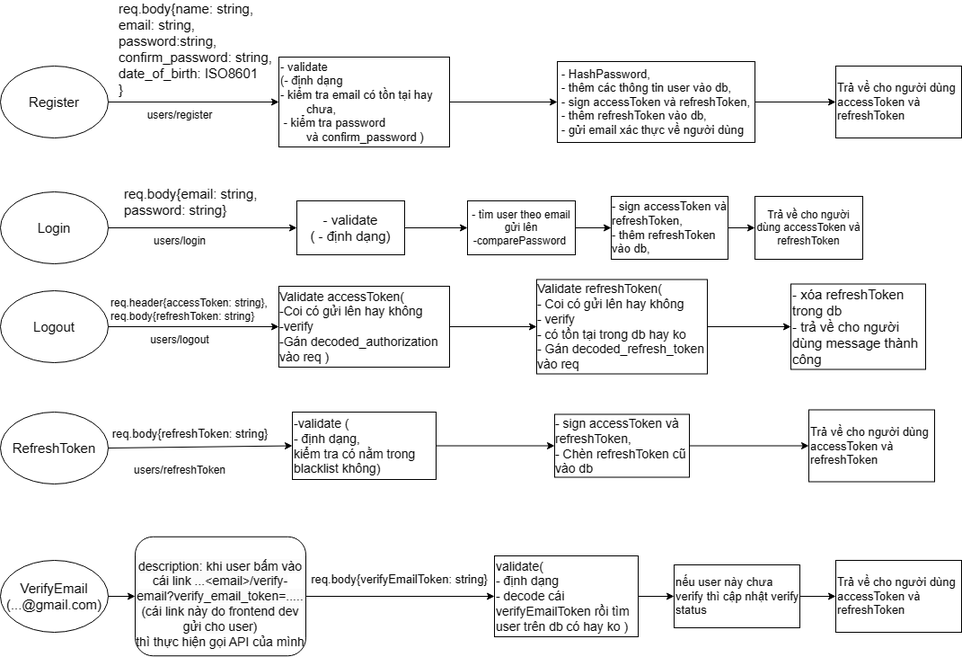
Earlier version of the draw.io export processes.drawio.png (nghia111/Twitter_API). Source tidied: cells renumbered, new cells last; positions are measured from the earlier drawing's top-left corner, leaving out a move shared by most shapes.
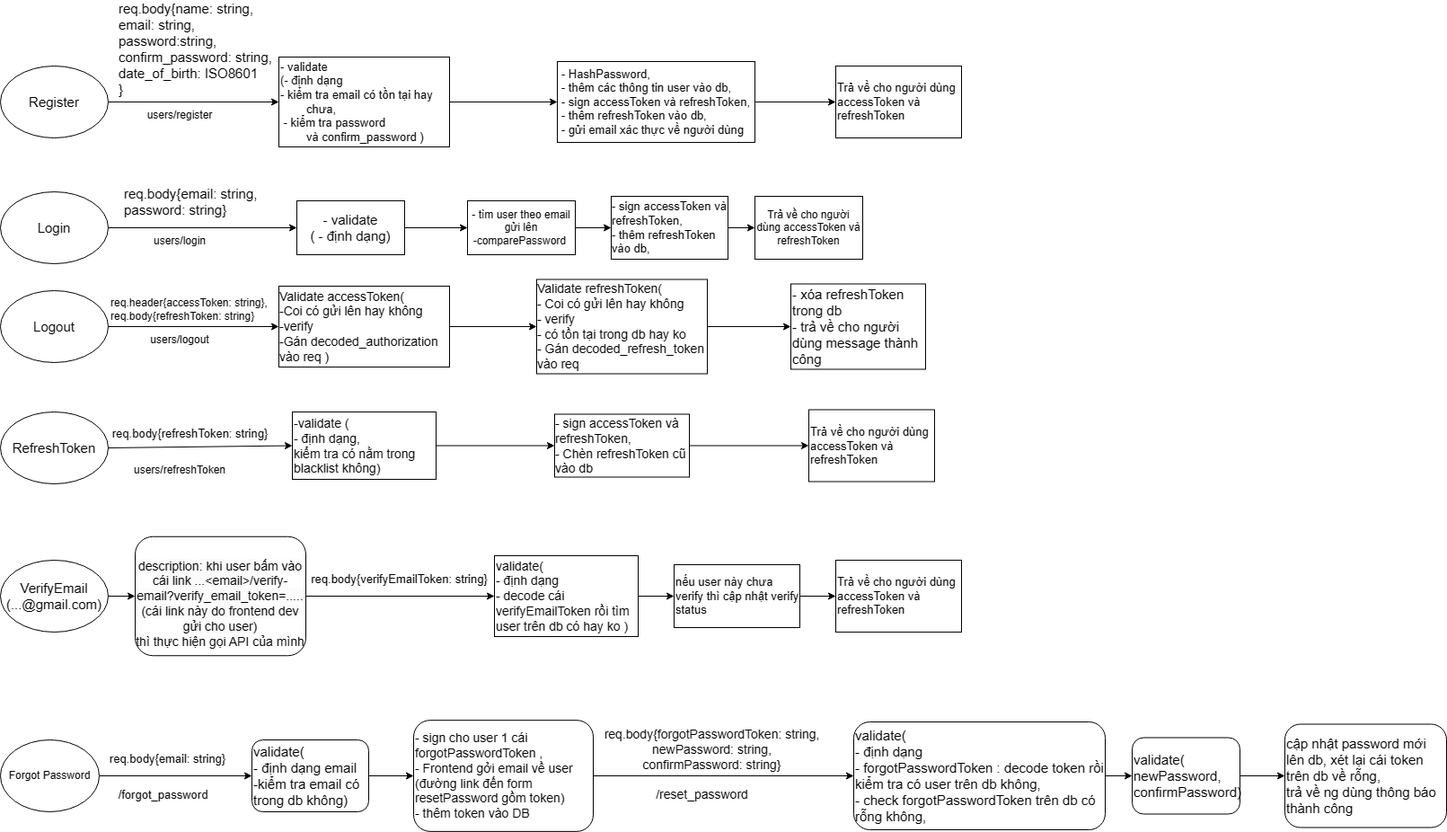
After the commit.

Commit message:
Cập nhật processes.drawio.png

What changed in the source:
```diff
@@ -156,5 +156,56 @@
     <mxCell id="49" value="&lt;font style=&quot;font-size: 13px;&quot;&gt;Trả về cho người dùng accessToken và refreshToken&lt;/font&gt;" style="rounded=0;whiteSpace=wrap;html=1;align=left;" parent="1" vertex="1">
       <mxGeometry x="930" y="560" width="140" height="80" as="geometry" />
     </mxCell>
+    <mxCell id="50" style="edgeStyle=orthogonalEdgeStyle;rounded=0;jettySize=auto;html=1;" parent="1" edge="1" source="52" target="54">
+      <mxGeometry relative="1" as="geometry" />
+    </mxCell>
+    <mxCell id="51" value="&lt;font style=&quot;font-size: 13px;&quot;&gt;req.body{email: string}&lt;/font&gt;" style="edgeLabel;html=1;align=center;verticalAlign=middle;" parent="50" vertex="1">
+      <mxGeometry x="0.12" y="-3" relative="1" as="geometry">
+        <mxPoint x="-20" y="-23" as="offset" />
+      </mxGeometry>
+    </mxCell>
+    <mxCell id="52" value="Forgot Password" style="ellipse;whiteSpace=wrap;html=1;" parent="1" vertex="1">
+      <mxGeometry y="760" width="110" height="80" as="geometry" />
+    </mxCell>
+    <mxCell id="53" style="edgeStyle=orthogonalEdgeStyle;rounded=0;jettySize=auto;html=1;" parent="1" edge="1" source="54" target="59">
+      <mxGeometry relative="1" as="geometry" />
+    </mxCell>
+    <mxCell id="54" value="&lt;font style=&quot;font-size: 15px;&quot;&gt;validate(&lt;br&gt;- định dạng email&lt;br&gt;-kiểm tra email có trong db không)&lt;/font&gt;" style="rounded=1;whiteSpace=wrap;html=1;align=left;" parent="1" vertex="1">
+      <mxGeometry x="280" y="760" width="130" height="80" as="geometry" />
+    </mxCell>
+    <mxCell id="55" value="&lt;font style=&quot;font-size: 13px;&quot;&gt;/forgot_password&lt;/font&gt;" style="edgeLabel;html=1;align=center;verticalAlign=middle;" parent="1" vertex="1">
+      <mxGeometry x="180" y="820" as="geometry" />
+    </mxCell>
+    <mxCell id="56" style="edgeStyle=orthogonalEdgeStyle;rounded=0;jettySize=auto;html=1;entryX=0;entryY=0.5;entryDx=0;entryDy=0;" parent="1" edge="1" source="59" target="61">
+      <mxGeometry relative="1" as="geometry" />
+    </mxCell>
+    <mxCell id="57" value="&lt;font style=&quot;font-size: 14px;&quot;&gt;req.body{forgotPasswordToken: string,&lt;br&gt;newPassword: string,&lt;br&gt;confirmPassword: string}&lt;/font&gt;" style="edgeLabel;html=1;align=center;verticalAlign=middle;" parent="56" vertex="1">
+      <mxGeometry x="-0.19" y="-3" relative="1" as="geometry">
+        <mxPoint x="14" y="-33" as="offset" />
+      </mxGeometry>
+    </mxCell>
+    <mxCell id="58" value="&lt;font style=&quot;font-size: 14px;&quot;&gt;/reset_password&lt;/font&gt;" style="edgeLabel;html=1;align=center;verticalAlign=middle;" parent="56" vertex="1">
+      <mxGeometry x="0.52" y="4" relative="1" as="geometry">
+        <mxPoint x="-101" y="24" as="offset" />
+      </mxGeometry>
+    </mxCell>
+    <mxCell id="59" value="&lt;font style=&quot;font-size: 14px;&quot;&gt;- sign cho user 1 cái forgotPasswordToken ,&lt;br&gt;- Frontend gởi email về user (đường link đến form resetPassword gồm token)&lt;br&gt;&lt;/font&gt;&lt;div style=&quot;font-size: 14px;&quot;&gt;&lt;span style=&quot;background-color: initial;&quot;&gt;&lt;font style=&quot;font-size: 14px;&quot;&gt;- thêm token vào DB&lt;/font&gt;&lt;/span&gt;&lt;/div&gt;" style="rounded=1;whiteSpace=wrap;html=1;align=left;" parent="1" vertex="1">
+      <mxGeometry x="460" y="738.1" width="200" height="123.8" as="geometry" />
+    </mxCell>
+    <mxCell id="60" style="edgeStyle=orthogonalEdgeStyle;rounded=0;jettySize=auto;html=1;" parent="1" edge="1" source="61" target="63">
+      <mxGeometry relative="1" as="geometry" />
+    </mxCell>
+    <mxCell id="61" value="&lt;font style=&quot;font-size: 15px;&quot;&gt;validate(&lt;br&gt;- định dạng&lt;br&gt;- forgotPasswordToken : decode token rồi kiểm tra có user trên db không,&lt;br&gt;- check forgotPasswordToken trên db có rỗng không,&lt;br&gt;&lt;/font&gt;" style="rounded=1;whiteSpace=wrap;html=1;align=left;" parent="1" vertex="1">
+      <mxGeometry x="950" y="740" width="280" height="120" as="geometry" />
+    </mxCell>
+    <mxCell id="62" style="edgeStyle=orthogonalEdgeStyle;rounded=0;jettySize=auto;html=1;" parent="1" edge="1" source="63" target="64">
+      <mxGeometry relative="1" as="geometry" />
+    </mxCell>
+    <mxCell id="63" value="&lt;font style=&quot;font-size: 15px;&quot;&gt;validate(&lt;br&gt;newPassword,&lt;br&gt;confirmPassword)&lt;/font&gt;" style="whiteSpace=wrap;html=1;align=left;rounded=1;" parent="1" vertex="1">
+      <mxGeometry x="1260" y="757.5" width="120" height="85" as="geometry" />
+    </mxCell>
+    <mxCell id="64" value="&lt;font style=&quot;font-size: 15px;&quot;&gt;cập nhật password mới lên db, xét lại cái token trên db về rỗng,&lt;br&gt;trả về ng dùng thông báo thành công&lt;/font&gt;" style="whiteSpace=wrap;html=1;align=left;rounded=1;" parent="1" vertex="1">
+      <mxGeometry x="1430" y="742.5" width="180" height="115" as="geometry" />
+    </mxCell>
   </root>
 </mxGraphModel>
```
